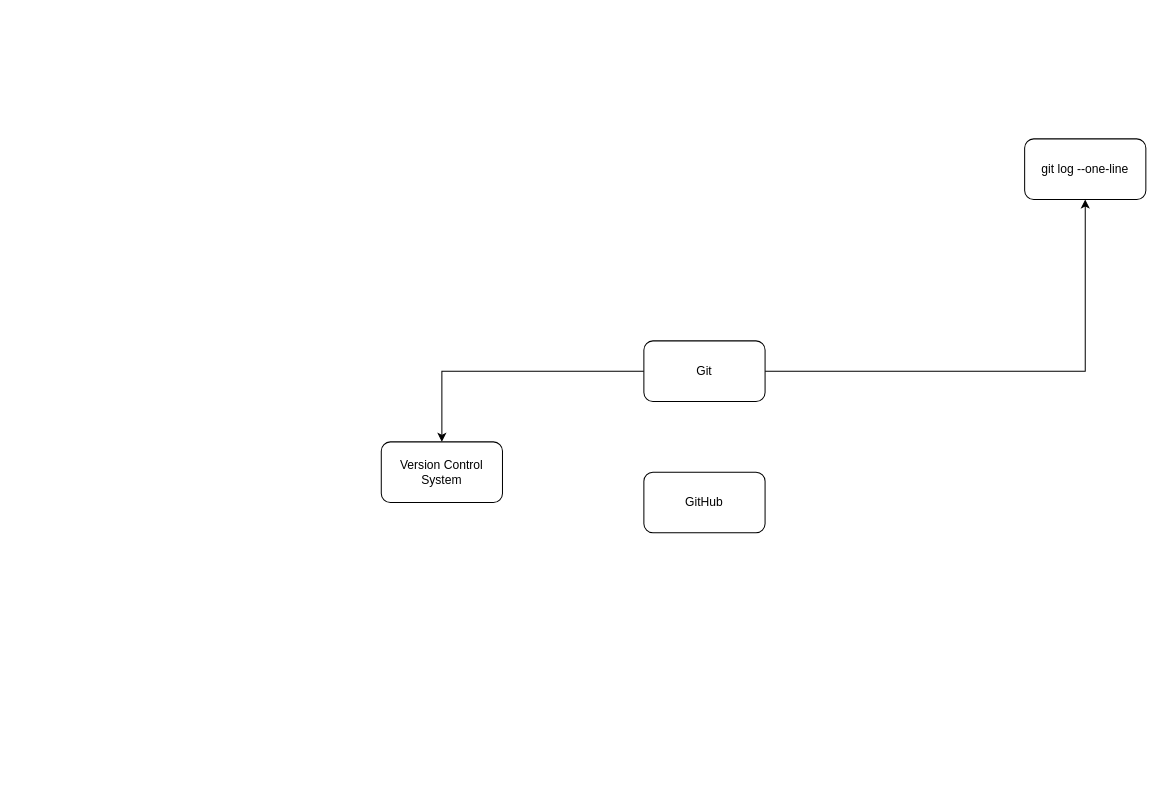
Above: master_git.drawio in Mini-Pingu/7950x_git (draw.io), before the change. Source tidied: cells renumbered, new cells numbered last; positions are measured from the earlier drawing's top-left corner, leaving out a move shared by most shapes. Both pictures are drawn from the tidied source at 101%, with x=0, y=0 at pixel (381, 138).
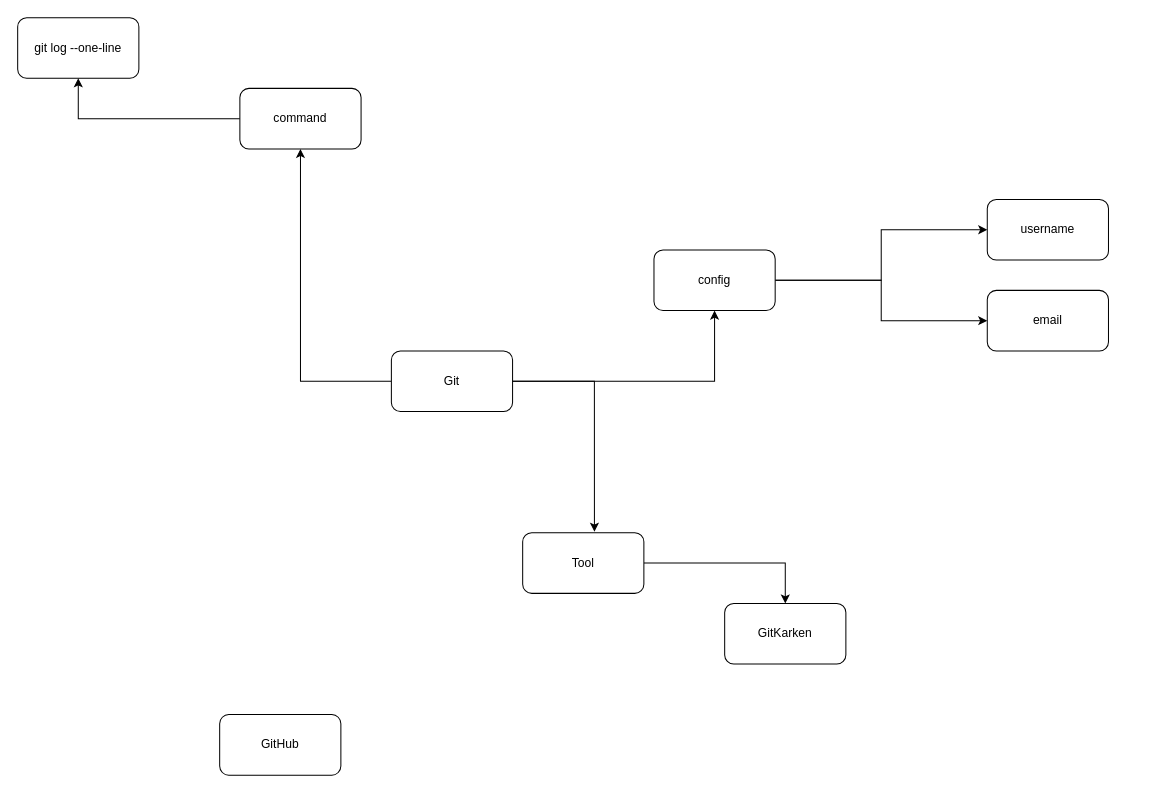
The same page after the edit.

Change to the diagram source:
```diff
@@
 <mxGraphModel>
   <root>
     <mxCell id="0" />
     <mxCell id="1" parent="0" />
-    <mxCell id="2" style="edgeStyle=orthogonalEdgeStyle;rounded=0;jettySize=auto;html=1;" parent="1" edge="1" source="4" target="5">
-      <mxGeometry relative="1" as="geometry" />
-    </mxCell>
-    <mxCell id="3" style="edgeStyle=orthogonalEdgeStyle;rounded=0;jettySize=auto;html=1;" parent="1" edge="1" source="4" target="7">
-      <mxGeometry relative="1" as="geometry" />
-    </mxCell>
+    <mxCell id="8" style="edgeStyle=orthogonalEdgeStyle;rounded=0;jettySize=auto;html=1;" parent="1" edge="1" source="4" target="17">
+      <mxGeometry relative="1" as="geometry" />
+    </mxCell>
+    <mxCell id="9" style="edgeStyle=orthogonalEdgeStyle;rounded=0;jettySize=auto;html=1;" parent="1" edge="1" source="4" target="20">
+      <mxGeometry relative="1" as="geometry" />
+    </mxCell>
     <mxCell id="4" value="Git" style="rounded=1;whiteSpace=wrap;html=1;" parent="1" vertex="1">
-      <mxGeometry x="260" y="200" width="120" height="60" as="geometry" />
+      <mxGeometry x="10" y="210" width="120" height="60" as="geometry" />
     </mxCell>
-    <mxCell id="5" value="Version Control System" style="rounded=1;whiteSpace=wrap;html=1;" parent="1" vertex="1">
-      <mxGeometry y="300" width="120" height="60" as="geometry" />
-    </mxCell>
     <mxCell id="6" value="GitHub" style="rounded=1;whiteSpace=wrap;html=1;" parent="1" vertex="1">
-      <mxGeometry x="260" y="330" width="120" height="60" as="geometry" />
+      <mxGeometry x="-160" y="570" width="120" height="60" as="geometry" />
     </mxCell>
     <mxCell id="7" value="git log --one-line" style="rounded=1;whiteSpace=wrap;html=1;" parent="1" vertex="1">
-      <mxGeometry x="637" width="120" height="60" as="geometry" />
+      <mxGeometry x="-360" y="-120" width="120" height="60" as="geometry" />
     </mxCell>
+    <mxCell id="10" value="username" style="rounded=1;whiteSpace=wrap;html=1;" parent="1" vertex="1">
+      <mxGeometry x="600" y="60" width="120" height="60" as="geometry" />
+    </mxCell>
+    <mxCell id="11" value="email" style="rounded=1;whiteSpace=wrap;html=1;" parent="1" vertex="1">
+      <mxGeometry x="600" y="150" width="120" height="60" as="geometry" />
+    </mxCell>
+    <mxCell id="12" style="edgeStyle=orthogonalEdgeStyle;rounded=0;jettySize=auto;html=1;" parent="1" edge="1" source="13" target="14">
+      <mxGeometry relative="1" as="geometry" />
+    </mxCell>
+    <mxCell id="13" value="Tool" style="rounded=1;whiteSpace=wrap;html=1;" parent="1" vertex="1">
+      <mxGeometry x="140" y="390" width="120" height="60" as="geometry" />
+    </mxCell>
+    <mxCell id="14" value="GitKarken" style="rounded=1;whiteSpace=wrap;html=1;" parent="1" vertex="1">
+      <mxGeometry x="340" y="460" width="120" height="60" as="geometry" />
+    </mxCell>
+    <mxCell id="15" style="edgeStyle=orthogonalEdgeStyle;rounded=0;jettySize=auto;html=1;entryX=0.592;entryY=-0.017;entryDx=0;entryDy=0;entryPerimeter=0;" parent="1" edge="1" source="4" target="13">
+      <mxGeometry relative="1" as="geometry" />
+    </mxCell>
+    <mxCell id="16" style="edgeStyle=orthogonalEdgeStyle;rounded=0;jettySize=auto;html=1;" parent="1" edge="1" source="17" target="7">
+      <mxGeometry relative="1" as="geometry" />
+    </mxCell>
+    <mxCell id="17" value="command" style="rounded=1;whiteSpace=wrap;html=1;" parent="1" vertex="1">
+      <mxGeometry x="-140" y="-50" width="120" height="60" as="geometry" />
+    </mxCell>
+    <mxCell id="18" style="edgeStyle=orthogonalEdgeStyle;rounded=0;jettySize=auto;html=1;" parent="1" edge="1" source="20" target="10">
+      <mxGeometry relative="1" as="geometry" />
+    </mxCell>
+    <mxCell id="19" style="edgeStyle=orthogonalEdgeStyle;rounded=0;jettySize=auto;html=1;" parent="1" edge="1" source="20" target="11">
+      <mxGeometry relative="1" as="geometry" />
+    </mxCell>
+    <mxCell id="20" value="config" style="rounded=1;whiteSpace=wrap;html=1;" parent="1" vertex="1">
+      <mxGeometry x="270" y="110" width="120" height="60" as="geometry" />
+    </mxCell>
   </root>
 </mxGraphModel>
```
